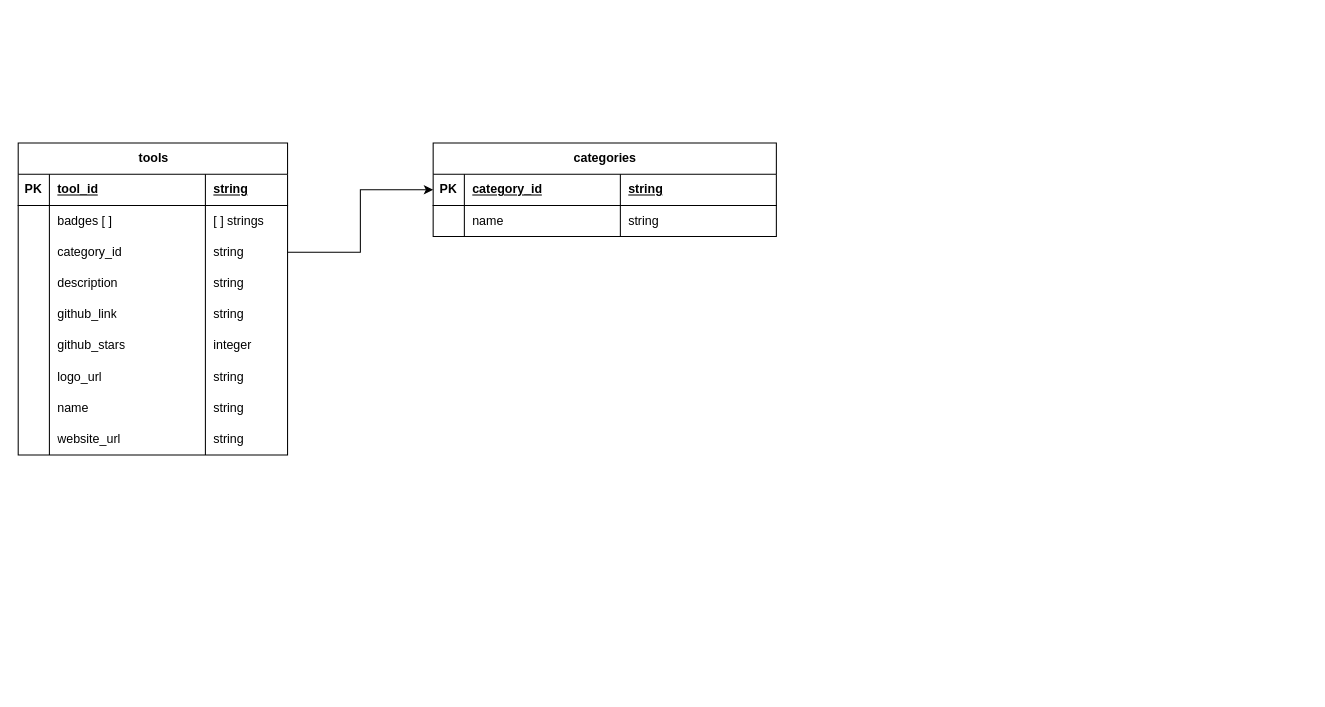
This is db-toolstack.drawio from marcm8793/tool-stack-frontend, a draw.io file, before an edit. Source tidied: cells renumbered, new cells numbered last; positions are measured from the earlier drawing's top-left corner, leaving out a move shared by most shapes. Both pictures are drawn from the tidied source at 104%, with x=0, y=0 at pixel (18, 142).
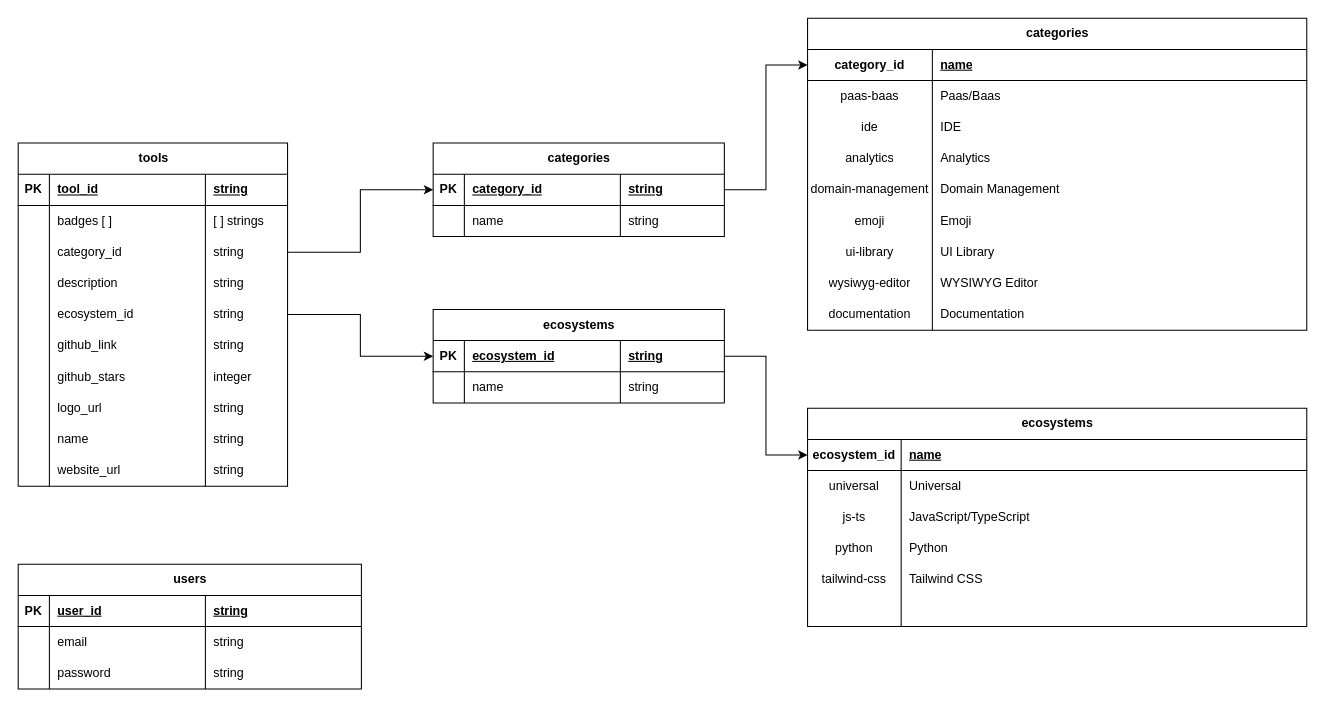
Above is the later version.

Commit message:
Mettre à jour db-toolstack.drawio

What changed in the source:
```diff
@@
+    <mxCell id="49" style="edgeStyle=orthogonalEdgeStyle;rounded=0;jettySize=auto;html=1;entryX=0;entryY=0.5;entryDx=0;entryDy=0;" parent="1" edge="1" source="2" target="55">
+      <mxGeometry relative="1" as="geometry" />
+    </mxCell>
     <mxCell id="2" value="tools" style="shape=table;startSize=30;childLayout=tableLayout;rowLines=0;fontStyle=1;align=center;html=1;" parent="1" vertex="1">
-      <mxGeometry width="259" height="300" as="geometry" />
+      <mxGeometry width="259" height="330" as="geometry" />
     </mxCell>
@@
+    <mxCell id="50" style="shape=tableRow;horizontal=0;startSize=0;swimlaneHead=0;swimlaneBody=0;fillColor=none;top=0;left=0;right=0;bottom=0;" parent="2" vertex="1">
+      <mxGeometry y="150" width="259" height="30" as="geometry" />
+    </mxCell>
+    <mxCell id="51" style="shape=partialRectangle;fillColor=none;top=0;left=0;bottom=0;right=0;overflow=hidden;whiteSpace=wrap;html=1;" parent="50" vertex="1">
+      <mxGeometry width="30" height="30" as="geometry" />
+    </mxCell>
+    <mxCell id="52" value="ecosystem_id" style="shape=partialRectangle;fillColor=none;top=0;left=0;bottom=0;right=0;align=left;spacingLeft=6;overflow=hidden;whiteSpace=wrap;html=1;" parent="50" vertex="1">
+      <mxGeometry x="30" width="150" height="30" as="geometry" />
+    </mxCell>
+    <mxCell id="53" value="string" style="shape=partialRectangle;fillColor=none;top=0;left=0;bottom=0;right=0;align=left;spacingLeft=6;overflow=hidden;whiteSpace=wrap;html=1;" parent="50" vertex="1">
+      <mxGeometry x="180" width="79" height="30" as="geometry" />
+    </mxCell>
     <mxCell id="19" style="shape=tableRow;horizontal=0;startSize=0;swimlaneHead=0;swimlaneBody=0;fillColor=none;top=0;left=0;right=0;bottom=0;" parent="2" vertex="1">
-      <mxGeometry y="150" width="259" height="30" as="geometry" />
+      <mxGeometry y="180" width="259" height="30" as="geometry" />
     </mxCell>
@@
     <mxCell id="23" style="shape=tableRow;horizontal=0;startSize=0;swimlaneHead=0;swimlaneBody=0;fillColor=none;top=0;left=0;right=0;bottom=0;" parent="2" vertex="1">
-      <mxGeometry y="180" width="259" height="30" as="geometry" />
+      <mxGeometry y="210" width="259" height="30" as="geometry" />
     </mxCell>
@@
     <mxCell id="27" style="shape=tableRow;horizontal=0;startSize=0;swimlaneHead=0;swimlaneBody=0;fillColor=none;top=0;left=0;right=0;bottom=0;" parent="2" vertex="1">
-      <mxGeometry y="210" width="259" height="30" as="geometry" />
+      <mxGeometry y="240" width="259" height="30" as="geometry" />
     </mxCell>
@@
     <mxCell id="31" style="shape=tableRow;horizontal=0;startSize=0;swimlaneHead=0;swimlaneBody=0;fillColor=none;top=0;left=0;right=0;bottom=0;" parent="2" vertex="1">
-      <mxGeometry y="240" width="259" height="30" as="geometry" />
+      <mxGeometry y="270" width="259" height="30" as="geometry" />
     </mxCell>
@@
     <mxCell id="35" style="shape=tableRow;horizontal=0;startSize=0;swimlaneHead=0;swimlaneBody=0;fillColor=none;top=0;left=0;right=0;bottom=0;" parent="2" vertex="1">
-      <mxGeometry y="270" width="259" height="30" as="geometry" />
+      <mxGeometry y="300" width="259" height="30" as="geometry" />
     </mxCell>
@@
     <mxCell id="39" value="categories" style="shape=table;startSize=30;childLayout=tableLayout;rowLines=0;fontStyle=1;align=center;html=1;" parent="1" vertex="1">
-      <mxGeometry x="399" width="330" height="90" as="geometry" />
+      <mxGeometry x="399" width="280" height="90" as="geometry" />
     </mxCell>
     <mxCell id="40" style="shape=tableRow;horizontal=0;startSize=0;swimlaneHead=0;swimlaneBody=0;fillColor=none;points=[[0,0.5],[1,0.5]];portConstraint=eastwest;top=0;left=0;right=0;bottom=1;" parent="39" vertex="1">
-      <mxGeometry y="30" width="330" height="30" as="geometry" />
+      <mxGeometry y="30" width="280" height="30" as="geometry" />
     </mxCell>
@@
     <mxCell id="43" value="string" style="shape=partialRectangle;fillColor=none;top=0;left=0;bottom=0;right=0;align=left;spacingLeft=6;fontStyle=5;overflow=hidden;whiteSpace=wrap;html=1;" parent="40" vertex="1">
-      <mxGeometry x="180" width="150" height="30" as="geometry" />
+      <mxGeometry x="180" width="100" height="30" as="geometry" />
     </mxCell>
     <mxCell id="44" style="shape=tableRow;horizontal=0;startSize=0;swimlaneHead=0;swimlaneBody=0;fillColor=none;top=0;left=0;right=0;bottom=0;" parent="39" vertex="1">
-      <mxGeometry y="60" width="330" height="30" as="geometry" />
+      <mxGeometry y="60" width="280" height="30" as="geometry" />
     </mxCell>
@@
     <mxCell id="47" value="string" style="shape=partialRectangle;fillColor=none;top=0;left=0;bottom=0;right=0;align=left;spacingLeft=6;overflow=hidden;whiteSpace=wrap;html=1;" parent="44" vertex="1">
-      <mxGeometry x="180" width="150" height="30" as="geometry" />
+      <mxGeometry x="180" width="100" height="30" as="geometry" />
     </mxCell>
@@
+    <mxCell id="54" value="ecosystems" style="shape=table;startSize=30;childLayout=tableLayout;rowLines=0;fontStyle=1;align=center;html=1;" parent="1" vertex="1">
+      <mxGeometry x="399" y="160" width="280" height="90" as="geometry" />
+    </mxCell>
+    <mxCell id="55" style="shape=tableRow;horizontal=0;startSize=0;swimlaneHead=0;swimlaneBody=0;fillColor=none;points=[[0,0.5],[1,0.5]];portConstraint=eastwest;top=0;left=0;right=0;bottom=1;" parent="54" vertex="1">
+      <mxGeometry y="30" width="280" height="30" as="geometry" />
+    </mxCell>
+    <mxCell id="56" value="PK" style="shape=partialRectangle;fillColor=none;top=0;left=0;bottom=0;right=0;fontStyle=1;overflow=hidden;whiteSpace=wrap;html=1;" parent="55" vertex="1">
+      <mxGeometry width="30" height="30" as="geometry" />
+    </mxCell>
+    <mxCell id="57" value="ecosystem_id" style="shape=partialRectangle;fillColor=none;top=0;left=0;bottom=0;right=0;align=left;spacingLeft=6;fontStyle=5;overflow=hidden;whiteSpace=wrap;html=1;" parent="55" vertex="1">
+      <mxGeometry x="30" width="150" height="30" as="geometry" />
+    </mxCell>
+    <mxCell id="58" value="string" style="shape=partialRectangle;fillColor=none;top=0;left=0;bottom=0;right=0;align=left;spacingLeft=6;fontStyle=5;overflow=hidden;whiteSpace=wrap;html=1;" parent="55" vertex="1">
+      <mxGeometry x="180" width="100" height="30" as="geometry" />
+    </mxCell>
+    <mxCell id="59" style="shape=tableRow;horizontal=0;startSize=0;swimlaneHead=0;swimlaneBody=0;fillColor=none;top=0;left=0;right=0;bottom=0;" parent="54" vertex="1">
+      <mxGeometry y="60" width="280" height="30" as="geometry" />
+    </mxCell>
+    <mxCell id="60" style="shape=partialRectangle;fillColor=none;top=0;left=0;bottom=0;right=0;overflow=hidden;whiteSpace=wrap;html=1;" parent="59" vertex="1">
+      <mxGeometry width="30" height="30" as="geometry" />
+    </mxCell>
+    <mxCell id="61" value="name" style="shape=partialRectangle;fillColor=none;top=0;left=0;bottom=0;right=0;align=left;spacingLeft=6;overflow=hidden;whiteSpace=wrap;html=1;" parent="59" vertex="1">
+      <mxGeometry x="30" width="150" height="30" as="geometry" />
+    </mxCell>
+    <mxCell id="62" value="string" style="shape=partialRectangle;fillColor=none;top=0;left=0;bottom=0;right=0;align=left;spacingLeft=6;overflow=hidden;whiteSpace=wrap;html=1;" parent="59" vertex="1">
+      <mxGeometry x="180" width="100" height="30" as="geometry" />
+    </mxCell>
+    <mxCell id="63" value="categories" style="shape=table;startSize=30;childLayout=tableLayout;rowLines=0;fontStyle=1;align=center;html=1;" parent="1" vertex="1">
+      <mxGeometry x="759" y="-120" width="480" height="300" as="geometry" />
+    </mxCell>
+    <mxCell id="64" style="shape=tableRow;horizontal=0;startSize=0;swimlaneHead=0;swimlaneBody=0;fillColor=none;points=[[0,0.5],[1,0.5]];portConstraint=eastwest;top=0;left=0;right=0;bottom=1;" parent="63" vertex="1">
+      <mxGeometry y="30" width="480" height="30" as="geometry" />
+    </mxCell>
+    <mxCell id="65" value="category_id" style="shape=partialRectangle;fillColor=none;top=0;left=0;bottom=0;right=0;fontStyle=1;overflow=hidden;whiteSpace=wrap;html=1;" parent="64" vertex="1">
+      <mxGeometry width="120" height="30" as="geometry" />
+    </mxCell>
+    <mxCell id="66" value="name" style="shape=partialRectangle;fillColor=none;top=0;left=0;bottom=0;right=0;align=left;spacingLeft=6;fontStyle=5;overflow=hidden;whiteSpace=wrap;html=1;" parent="64" vertex="1">
+      <mxGeometry x="120" width="360" height="30" as="geometry" />
+    </mxCell>
+    <mxCell id="67" style="shape=tableRow;horizontal=0;startSize=0;swimlaneHead=0;swimlaneBody=0;fillColor=none;top=0;left=0;right=0;bottom=0;" parent="63" vertex="1">
+      <mxGeometry y="60" width="480" height="30" as="geometry" />
+    </mxCell>
+    <mxCell id="68" value="paas-baas" style="shape=partialRectangle;fillColor=none;top=0;left=0;bottom=0;right=0;overflow=hidden;whiteSpace=wrap;html=1;" parent="67" vertex="1">
+      <mxGeometry width="120" height="30" as="geometry" />
+    </mxCell>
+    <mxCell id="69" value="&lt;span style=&quot;text-align: center;&quot;&gt;Paas/Baas&lt;/span&gt;" style="shape=partialRectangle;fillColor=none;top=0;left=0;bottom=0;right=0;align=left;spacingLeft=6;overflow=hidden;whiteSpace=wrap;html=1;" parent="67" vertex="1">
+      <mxGeometry x="120" width="360" height="30" as="geometry" />
+    </mxCell>
+    <mxCell id="70" style="shape=tableRow;horizontal=0;startSize=0;swimlaneHead=0;swimlaneBody=0;fillColor=none;top=0;left=0;right=0;bottom=0;" parent="63" vertex="1">
+      <mxGeometry y="90" width="480" height="30" as="geometry" />
+    </mxCell>
+    <mxCell id="71" value="ide" style="shape=partialRectangle;fillColor=none;top=0;left=0;bottom=0;right=0;overflow=hidden;whiteSpace=wrap;html=1;" parent="70" vertex="1">
+      <mxGeometry width="120" height="30" as="geometry" />
+    </mxCell>
+    <mxCell id="72" value="IDE" style="shape=partialRectangle;fillColor=none;top=0;left=0;bottom=0;right=0;align=left;spacingLeft=6;overflow=hidden;whiteSpace=wrap;html=1;" parent="70" vertex="1">
+      <mxGeometry x="120" width="360" height="30" as="geometry" />
+    </mxCell>
+    <mxCell id="73" style="shape=tableRow;horizontal=0;startSize=0;swimlaneHead=0;swimlaneBody=0;fillColor=none;top=0;left=0;right=0;bottom=0;" parent="63" vertex="1">
+      <mxGeometry y="120" width="480" height="30" as="geometry" />
+    </mxCell>
+    <mxCell id="74" value="analytics" style="shape=partialRectangle;fillColor=none;top=0;left=0;bottom=0;right=0;overflow=hidden;whiteSpace=wrap;html=1;" parent="73" vertex="1">
+      <mxGeometry width="120" height="30" as="geometry" />
+    </mxCell>
+    <mxCell id="75" value="Analytics" style="shape=partialRectangle;fillColor=none;top=0;left=0;bottom=0;right=0;align=left;spacingLeft=6;overflow=hidden;whiteSpace=wrap;html=1;" parent="73" vertex="1">
+      <mxGeometry x="120" width="360" height="30" as="geometry" />
+    </mxCell>
+    <mxCell id="76" style="shape=tableRow;horizontal=0;startSize=0;swimlaneHead=0;swimlaneBody=0;fillColor=none;top=0;left=0;right=0;bottom=0;" parent="63" vertex="1">
+      <mxGeometry y="150" width="480" height="30" as="geometry" />
+    </mxCell>
+    <mxCell id="77" value="domain-management" style="shape=partialRectangle;fillColor=none;top=0;left=0;bottom=0;right=0;overflow=hidden;whiteSpace=wrap;html=1;" parent="76" vertex="1">
+      <mxGeometry width="120" height="30" as="geometry" />
+    </mxCell>
+    <mxCell id="78" value="Domain Management" style="shape=partialRectangle;fillColor=none;top=0;left=0;bottom=0;right=0;align=left;spacingLeft=6;overflow=hidden;whiteSpace=wrap;html=1;" parent="76" vertex="1">
+      <mxGeometry x="120" width="360" height="30" as="geometry" />
+    </mxCell>
+    <mxCell id="79" style="shape=tableRow;horizontal=0;startSize=0;swimlaneHead=0;swimlaneBody=0;fillColor=none;top=0;left=0;right=0;bottom=0;" parent="63" vertex="1">
+      <mxGeometry y="180" width="480" height="30" as="geometry" />
+    </mxCell>
+    <mxCell id="80" value="emoji" style="shape=partialRectangle;fillColor=none;top=0;left=0;bottom=0;right=0;overflow=hidden;whiteSpace=wrap;html=1;" parent="79" vertex="1">
+      <mxGeometry width="120" height="30" as="geometry" />
+    </mxCell>
+    <mxCell id="81" value="Emoji" style="shape=partialRectangle;fillColor=none;top=0;left=0;bottom=0;right=0;align=left;spacingLeft=6;overflow=hidden;whiteSpace=wrap;html=1;" parent="79" vertex="1">
+      <mxGeometry x="120" width="360" height="30" as="geometry" />
+    </mxCell>
+    <mxCell id="82" style="shape=tableRow;horizontal=0;startSize=0;swimlaneHead=0;swimlaneBody=0;fillColor=none;top=0;left=0;right=0;bottom=0;" parent="63" vertex="1">
+      <mxGeometry y="210" width="480" height="30" as="geometry" />
+    </mxCell>
+    <mxCell id="83" value="ui-library" style="shape=partialRectangle;fillColor=none;top=0;left=0;bottom=0;right=0;overflow=hidden;whiteSpace=wrap;html=1;" parent="82" vertex="1">
+      <mxGeometry width="120" height="30" as="geometry" />
+    </mxCell>
+    <mxCell id="84" value="UI Library" style="shape=partialRectangle;fillColor=none;top=0;left=0;bottom=0;right=0;align=left;spacingLeft=6;overflow=hidden;whiteSpace=wrap;html=1;" parent="82" vertex="1">
+      <mxGeometry x="120" width="360" height="30" as="geometry" />
+    </mxCell>
+    <mxCell id="85" style="shape=tableRow;horizontal=0;startSize=0;swimlaneHead=0;swimlaneBody=0;fillColor=none;top=0;left=0;right=0;bottom=0;" parent="63" vertex="1">
+      <mxGeometry y="240" width="480" height="30" as="geometry" />
+    </mxCell>
+    <mxCell id="86" value="wysiwyg-editor" style="shape=partialRectangle;fillColor=none;top=0;left=0;bottom=0;right=0;overflow=hidden;whiteSpace=wrap;html=1;" parent="85" vertex="1">
+      <mxGeometry width="120" height="30" as="geometry" />
+    </mxCell>
+    <mxCell id="87" value="WYSIWYG Editor" style="shape=partialRectangle;fillColor=none;top=0;left=0;bottom=0;right=0;align=left;spacingLeft=6;overflow=hidden;whiteSpace=wrap;html=1;" parent="85" vertex="1">
+      <mxGeometry x="120" width="360" height="30" as="geometry" />
+    </mxCell>
+    <mxCell id="88" style="shape=tableRow;horizontal=0;startSize=0;swimlaneHead=0;swimlaneBody=0;fillColor=none;top=0;left=0;right=0;bottom=0;" parent="63" vertex="1">
+      <mxGeometry y="270" width="480" height="30" as="geometry" />
+    </mxCell>
+    <mxCell id="89" value="documentation" style="shape=partialRectangle;fillColor=none;top=0;left=0;bottom=0;right=0;overflow=hidden;whiteSpace=wrap;html=1;" parent="88" vertex="1">
+      <mxGeometry width="120" height="30" as="geometry" />
+    </mxCell>
+    <mxCell id="90" value="Documentation" style="shape=partialRectangle;fillColor=none;top=0;left=0;bottom=0;right=0;align=left;spacingLeft=6;overflow=hidden;whiteSpace=wrap;html=1;" parent="88" vertex="1">
+      <mxGeometry x="120" width="360" height="30" as="geometry" />
+    </mxCell>
+    <mxCell id="91" style="edgeStyle=orthogonalEdgeStyle;rounded=0;jettySize=auto;html=1;" parent="1" edge="1" source="40" target="64">
+      <mxGeometry relative="1" as="geometry" />
+    </mxCell>
+    <mxCell id="92" value="ecosystems" style="shape=table;startSize=30;childLayout=tableLayout;rowLines=0;fontStyle=1;align=center;html=1;" parent="1" vertex="1">
+      <mxGeometry x="759" y="255" width="480" height="210" as="geometry" />
+    </mxCell>
+    <mxCell id="93" style="shape=tableRow;horizontal=0;startSize=0;swimlaneHead=0;swimlaneBody=0;fillColor=none;points=[[0,0.5],[1,0.5]];portConstraint=eastwest;top=0;left=0;right=0;bottom=1;" parent="92" vertex="1">
+      <mxGeometry y="30" width="480" height="30" as="geometry" />
+    </mxCell>
+    <mxCell id="94" value="ecosystem_id" style="shape=partialRectangle;fillColor=none;top=0;left=0;bottom=0;right=0;fontStyle=1;overflow=hidden;whiteSpace=wrap;html=1;" parent="93" vertex="1">
+      <mxGeometry width="90" height="30" as="geometry" />
+    </mxCell>
+    <mxCell id="95" value="name" style="shape=partialRectangle;fillColor=none;top=0;left=0;bottom=0;right=0;align=left;spacingLeft=6;fontStyle=5;overflow=hidden;whiteSpace=wrap;html=1;" parent="93" vertex="1">
+      <mxGeometry x="90" width="390" height="30" as="geometry" />
+    </mxCell>
+    <mxCell id="96" style="shape=tableRow;horizontal=0;startSize=0;swimlaneHead=0;swimlaneBody=0;fillColor=none;top=0;left=0;right=0;bottom=0;" parent="92" vertex="1">
+      <mxGeometry y="60" width="480" height="30" as="geometry" />
+    </mxCell>
+    <mxCell id="97" value="universal" style="shape=partialRectangle;fillColor=none;top=0;left=0;bottom=0;right=0;overflow=hidden;whiteSpace=wrap;html=1;" parent="96" vertex="1">
+      <mxGeometry width="90" height="30" as="geometry" />
+    </mxCell>
+    <mxCell id="98" value="Universal" style="shape=partialRectangle;fillColor=none;top=0;left=0;bottom=0;right=0;align=left;spacingLeft=6;overflow=hidden;whiteSpace=wrap;html=1;" parent="96" vertex="1">
+      <mxGeometry x="90" width="390" height="30" as="geometry" />
+    </mxCell>
+    <mxCell id="99" style="shape=tableRow;horizontal=0;startSize=0;swimlaneHead=0;swimlaneBody=0;fillColor=none;top=0;left=0;right=0;bottom=0;" parent="92" vertex="1">
+      <mxGeometry y="90" width="480" height="30" as="geometry" />
+    </mxCell>
+    <mxCell id="100" value="js-ts" style="shape=partialRectangle;fillColor=none;top=0;left=0;bottom=0;right=0;overflow=hidden;whiteSpace=wrap;html=1;" parent="99" vertex="1">
+      <mxGeometry width="90" height="30" as="geometry" />
+    </mxCell>
+    <mxCell id="101" value="JavaScript/TypeScript" style="shape=partialRectangle;fillColor=none;top=0;left=0;bottom=0;right=0;align=left;spacingLeft=6;overflow=hidden;whiteSpace=wrap;html=1;" parent="99" vertex="1">
+      <mxGeometry x="90" width="390" height="30" as="geometry" />
+    </mxCell>
+    <mxCell id="102" style="shape=tableRow;horizontal=0;startSize=0;swimlaneHead=0;swimlaneBody=0;fillColor=none;top=0;left=0;right=0;bottom=0;" parent="92" vertex="1">
+      <mxGeometry y="120" width="480" height="30" as="geometry" />
+    </mxCell>
+    <mxCell id="103" value="python" style="shape=partialRectangle;fillColor=none;top=0;left=0;bottom=0;right=0;overflow=hidden;whiteSpace=wrap;html=1;" parent="102" vertex="1">
+      <mxGeometry width="90" height="30" as="geometry" />
+    </mxCell>
+    <mxCell id="104" value="Python" style="shape=partialRectangle;fillColor=none;top=0;left=0;bottom=0;right=0;align=left;spacingLeft=6;overflow=hidden;whiteSpace=wrap;html=1;" parent="102" vertex="1">
+      <mxGeometry x="90" width="390" height="30" as="geometry" />
+    </mxCell>
+    <mxCell id="105" style="shape=tableRow;horizontal=0;startSize=0;swimlaneHead=0;swimlaneBody=0;fillColor=none;top=0;left=0;right=0;bottom=0;" parent="92" vertex="1">
+      <mxGeometry y="150" width="480" height="30" as="geometry" />
+    </mxCell>
+    <mxCell id="106" value="tailwind-css" style="shape=partialRectangle;fillColor=none;top=0;left=0;bottom=0;right=0;overflow=hidden;whiteSpace=wrap;html=1;" parent="105" vertex="1">
+      <mxGeometry width="90" height="30" as="geometry" />
+    </mxCell>
+    <mxCell id="107" value="Tailwind CSS" style="shape=partialRectangle;fillColor=none;top=0;left=0;bottom=0;right=0;align=left;spacingLeft=6;overflow=hidden;whiteSpace=wrap;html=1;" parent="105" vertex="1">
+      <mxGeometry x="90" width="390" height="30" as="geometry" />
+    </mxCell>
+    <mxCell id="108" style="shape=tableRow;horizontal=0;startSize=0;swimlaneHead=0;swimlaneBody=0;fillColor=none;top=0;left=0;right=0;bottom=0;" parent="92" vertex="1">
+      <mxGeometry y="180" width="480" height="30" as="geometry" />
+    </mxCell>
+    <mxCell id="109" style="shape=partialRectangle;fillColor=none;top=0;left=0;bottom=0;right=0;overflow=hidden;whiteSpace=wrap;html=1;" parent="108" vertex="1">
+      <mxGeometry width="90" height="30" as="geometry" />
+    </mxCell>
+    <mxCell id="110" style="shape=partialRectangle;fillColor=none;top=0;left=0;bottom=0;right=0;align=left;spacingLeft=6;overflow=hidden;whiteSpace=wrap;html=1;" parent="108" vertex="1">
+      <mxGeometry x="90" width="390" height="30" as="geometry" />
+    </mxCell>
+    <mxCell id="111" style="edgeStyle=orthogonalEdgeStyle;rounded=0;jettySize=auto;html=1;entryX=0;entryY=0.5;entryDx=0;entryDy=0;" parent="1" edge="1" source="55" target="93">
+      <mxGeometry relative="1" as="geometry" />
+    </mxCell>
+    <mxCell id="112" value="users" style="shape=table;startSize=30;childLayout=tableLayout;rowLines=0;fontStyle=1;align=center;html=1;" parent="1" vertex="1">
+      <mxGeometry y="405" width="330" height="120" as="geometry" />
+    </mxCell>
+    <mxCell id="113" style="shape=tableRow;horizontal=0;startSize=0;swimlaneHead=0;swimlaneBody=0;fillColor=none;top=0;left=0;right=0;bottom=1;" parent="112" vertex="1">
+      <mxGeometry y="30" width="330" height="30" as="geometry" />
+    </mxCell>
+    <mxCell id="114" value="PK" style="shape=partialRectangle;fillColor=none;top=0;left=0;bottom=0;right=0;fontStyle=1;overflow=hidden;whiteSpace=wrap;html=1;" parent="113" vertex="1">
+      <mxGeometry width="30" height="30" as="geometry" />
+    </mxCell>
+    <mxCell id="115" value="user_id" style="shape=partialRectangle;fillColor=none;top=0;left=0;bottom=0;right=0;align=left;spacingLeft=6;fontStyle=5;overflow=hidden;whiteSpace=wrap;html=1;" parent="113" vertex="1">
+      <mxGeometry x="30" width="150" height="30" as="geometry" />
+    </mxCell>
+    <mxCell id="116" value="string" style="shape=partialRectangle;fillColor=none;top=0;left=0;bottom=0;right=0;align=left;spacingLeft=6;fontStyle=5;overflow=hidden;whiteSpace=wrap;html=1;" parent="113" vertex="1">
+      <mxGeometry x="180" width="150" height="30" as="geometry" />
+    </mxCell>
+    <mxCell id="117" style="shape=tableRow;horizontal=0;startSize=0;swimlaneHead=0;swimlaneBody=0;fillColor=none;top=0;left=0;right=0;bottom=0;" parent="112" vertex="1">
+      <mxGeometry y="60" width="330" height="30" as="geometry" />
+    </mxCell>
+    <mxCell id="118" style="shape=partialRectangle;fillColor=none;top=0;left=0;bottom=0;right=0;overflow=hidden;whiteSpace=wrap;html=1;" parent="117" vertex="1">
+      <mxGeometry width="30" height="30" as="geometry" />
+    </mxCell>
+    <mxCell id="119" value="email" style="shape=partialRectangle;fillColor=none;top=0;left=0;bottom=0;right=0;align=left;spacingLeft=6;overflow=hidden;whiteSpace=wrap;html=1;" parent="117" vertex="1">
+      <mxGeometry x="30" width="150" height="30" as="geometry" />
+    </mxCell>
+    <mxCell id="120" value="string" style="shape=partialRectangle;fillColor=none;top=0;left=0;bottom=0;right=0;align=left;spacingLeft=6;overflow=hidden;whiteSpace=wrap;html=1;" parent="117" vertex="1">
+      <mxGeometry x="180" width="150" height="30" as="geometry" />
+    </mxCell>
+    <mxCell id="121" style="shape=tableRow;horizontal=0;startSize=0;swimlaneHead=0;swimlaneBody=0;fillColor=none;top=0;left=0;right=0;bottom=0;" parent="112" vertex="1">
+      <mxGeometry y="90" width="330" height="30" as="geometry" />
+    </mxCell>
+    <mxCell id="122" style="shape=partialRectangle;fillColor=none;top=0;left=0;bottom=0;right=0;overflow=hidden;whiteSpace=wrap;html=1;" parent="121" vertex="1">
+      <mxGeometry width="30" height="30" as="geometry" />
+    </mxCell>
+    <mxCell id="123" value="password" style="shape=partialRectangle;fillColor=none;top=0;left=0;bottom=0;right=0;align=left;spacingLeft=6;overflow=hidden;whiteSpace=wrap;html=1;" parent="121" vertex="1">
+      <mxGeometry x="30" width="150" height="30" as="geometry" />
+    </mxCell>
+    <mxCell id="124" value="string" style="shape=partialRectangle;fillColor=none;top=0;left=0;bottom=0;right=0;align=left;spacingLeft=6;overflow=hidden;whiteSpace=wrap;html=1;" parent="121" vertex="1">
+      <mxGeometry x="180" width="150" height="30" as="geometry" />
+    </mxCell>
```
